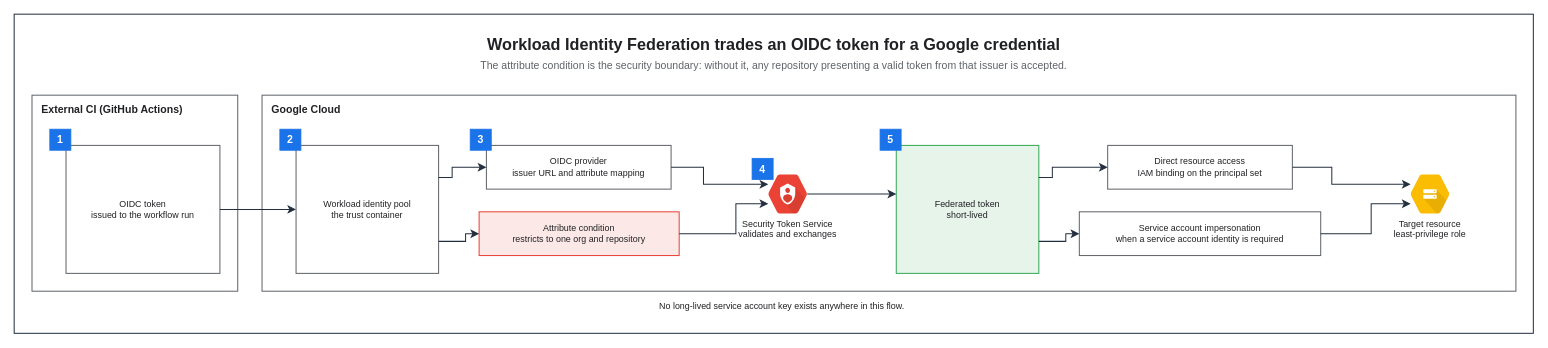
Earlier version of the draw.io diagram assets/img/gcp/gcp-wif-token-exchange-flow.drawio (KKamJi98/kkamji98.github.io). Source tidied: cells renumbered, new cells numbered last; positions are measured from the earlier drawing's top-left corner, leaving out a move shared by most shapes. Both pictures are drawn from the tidied source at 81%, with x=0, y=0 at pixel (14, 14).
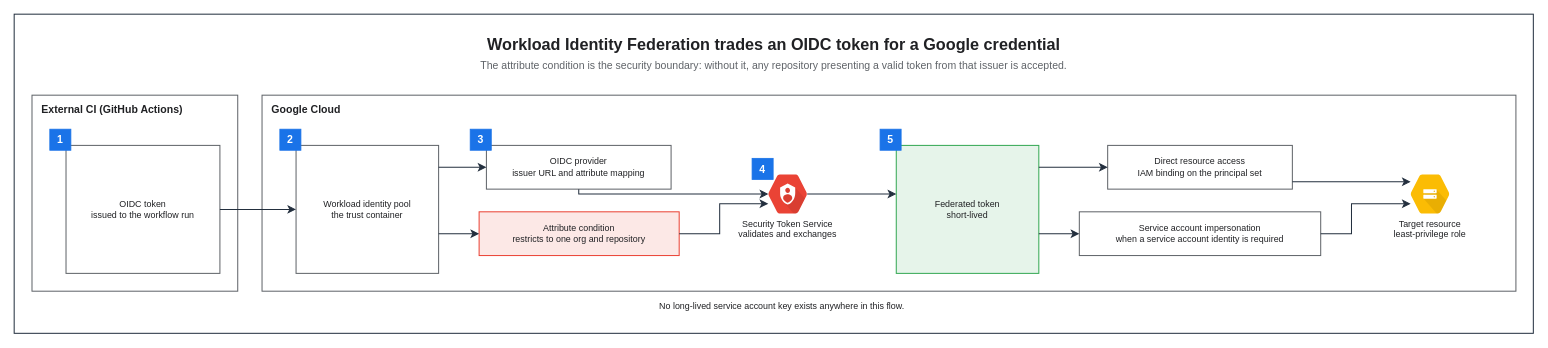
After the change.

Unchanged cells that the change refers to:
```xml
<mxCell id="8" value="Workload identity pool&#10;the trust container" style="rounded=0;whiteSpace=wrap;html=0;fillColor=#FFFFFF;strokeColor=#5F6368;fontColor=#202124;fontSize=11;fontStyle=0;align=center;verticalAlign=middle;spacingLeft=6;spacingRight=6;strokeWidth=1.25;" parent="1" vertex="1">
  <mxGeometry x="348" y="162" width="176" height="158" as="geometry" />
</mxCell>
<mxCell id="9" value="OIDC provider&#10;issuer URL and attribute mapping" style="rounded=0;whiteSpace=wrap;html=0;fillColor=#FFFFFF;strokeColor=#5F6368;fontColor=#202124;fontSize=11;fontStyle=0;align=center;verticalAlign=middle;spacingLeft=6;spacingRight=6;strokeWidth=1.25;" parent="1" vertex="1">
  <mxGeometry x="583" y="162" width="228" height="54" as="geometry" />
</mxCell>
<mxCell id="10" value="Attribute condition&#10;restricts to one org and repository" style="rounded=0;whiteSpace=wrap;html=0;fillColor=#FCE8E6;strokeColor=#EA4335;fontColor=#202124;fontSize=11;fontStyle=0;align=center;verticalAlign=middle;spacingLeft=6;spacingRight=6;strokeWidth=1.25;" parent="1" vertex="1">
  <mxGeometry x="574" y="244" width="247" height="54" as="geometry" />
</mxCell>
<mxCell id="11" value="Security Token Service&#10;validates and exchanges" style="sketch=0;outlineConnect=0;gradientColor=none;html=0;whiteSpace=nowrap;fontSize=11;fontStyle=0;fontColor=#202124;verticalLabelPosition=bottom;verticalAlign=top;align=center;labelBackgroundColor=none;fillColor=#EA4335;strokeColor=none;dashed=0;shape=mxgraph.gcp2.cloud_iam;" parent="1" vertex="1">
  <mxGeometry x="931" y="198" width="48" height="48" as="geometry" />
</mxCell>
<mxCell id="12" value="Federated token&#10;short-lived" style="rounded=0;whiteSpace=wrap;html=0;fillColor=#E6F4EA;strokeColor=#34A853;fontColor=#202124;fontSize=11;fontStyle=0;align=center;verticalAlign=middle;spacingLeft=6;spacingRight=6;strokeWidth=1.25;" parent="1" vertex="1">
  <mxGeometry x="1089" y="162" width="176" height="158" as="geometry" />
</mxCell>
<mxCell id="13" value="Direct resource access&#10;IAM binding on the principal set" style="rounded=0;whiteSpace=wrap;html=0;fillColor=#FFFFFF;strokeColor=#5F6368;fontColor=#202124;fontSize=11;fontStyle=0;align=center;verticalAlign=middle;spacingLeft=6;spacingRight=6;strokeWidth=1.25;" parent="1" vertex="1">
  <mxGeometry x="1350" y="162" width="228" height="54" as="geometry" />
</mxCell>
<mxCell id="14" value="Service account impersonation&#10;when a service account identity is required" style="rounded=0;whiteSpace=wrap;html=0;fillColor=#FFFFFF;strokeColor=#5F6368;fontColor=#202124;fontSize=11;fontStyle=0;align=center;verticalAlign=middle;spacingLeft=6;spacingRight=6;strokeWidth=1.25;" parent="1" vertex="1">
  <mxGeometry x="1315" y="244" width="298" height="54" as="geometry" />
</mxCell>
<mxCell id="15" value="Target resource&#10;least-privilege role" style="sketch=0;outlineConnect=0;gradientColor=none;html=0;whiteSpace=nowrap;fontSize=11;fontStyle=0;fontColor=#202124;verticalLabelPosition=bottom;verticalAlign=top;align=center;labelBackgroundColor=none;fillColor=#FBBC04;strokeColor=none;dashed=0;shape=mxgraph.gcp2.cloud_storage;" parent="1" vertex="1">
  <mxGeometry x="1724" y="198" width="48" height="48" as="geometry" />
</mxCell>
```

What changed in the source:
```diff
@@
-    <mxCell id="23" style="edgeStyle=orthogonalEdgeStyle;rounded=0;html=0;strokeColor=#232F3E;strokeWidth=1.25;endArrow=classic;endFill=1;endSize=7;fontSize=11;fontColor=#202124;labelBackgroundColor=none;jettySize=14;exitX=1;exitY=0.25;entryX=0;entryY=0.5;exitDx=0;exitDy=0;entryDx=0;entryDy=0;" parent="1" edge="1" source="8" target="9">
-      <mxGeometry relative="1" as="geometry">
-        <Array as="points">
-          <mxPoint x="540.7" y="201.5" />
-          <mxPoint x="540.7" y="189" />
-        </Array>
-      </mxGeometry>
+    <mxCell id="23" style="edgeStyle=orthogonalEdgeStyle;rounded=0;html=0;strokeColor=#232F3E;strokeWidth=1.25;endArrow=classic;endFill=1;endSize=7;fontSize=11;fontColor=#202124;labelBackgroundColor=none;jettySize=14;exitX=1;exitY=0.1709;entryX=0;entryY=0.5;exitDx=0;exitDy=0;entryDx=0;entryDy=0;" parent="1" edge="1" source="8" target="9">
+      <mxGeometry relative="1" as="geometry" />
     </mxCell>
-    <mxCell id="24" style="edgeStyle=orthogonalEdgeStyle;rounded=0;html=0;strokeColor=#232F3E;strokeWidth=1.25;endArrow=classic;endFill=1;endSize=7;fontSize=11;fontColor=#202124;labelBackgroundColor=none;jettySize=14;exitX=1;exitY=0.75;entryX=0;entryY=0.5;exitDx=0;exitDy=0;entryDx=0;entryDy=0;" parent="1" edge="1" source="8" target="10">
-      <mxGeometry relative="1" as="geometry">
-        <Array as="points">
-          <mxPoint x="557.3" y="280.5" />
-          <mxPoint x="557.3" y="271" />
-        </Array>
-      </mxGeometry>
+    <mxCell id="24" style="edgeStyle=orthogonalEdgeStyle;rounded=0;html=0;strokeColor=#232F3E;strokeWidth=1.25;endArrow=classic;endFill=1;endSize=7;fontSize=11;fontColor=#202124;labelBackgroundColor=none;jettySize=14;exitX=1;exitY=0.6899;entryX=0;entryY=0.5;exitDx=0;exitDy=0;entryDx=0;entryDy=0;" parent="1" edge="1" source="8" target="10">
+      <mxGeometry relative="1" as="geometry" />
     </mxCell>
-    <mxCell id="25" style="edgeStyle=orthogonalEdgeStyle;rounded=0;html=0;strokeColor=#232F3E;strokeWidth=1.25;endArrow=classic;endFill=1;endSize=7;fontSize=11;fontColor=#202124;labelBackgroundColor=none;jettySize=14;exitX=1;exitY=0.5;entryX=0;entryY=0.25;exitDx=0;exitDy=0;entryDx=0;entryDy=0;" parent="1" edge="1" source="9" target="11">
+    <mxCell id="25" style="edgeStyle=orthogonalEdgeStyle;rounded=0;html=0;strokeColor=#232F3E;strokeWidth=1.25;endArrow=classic;endFill=1;endSize=7;fontSize=11;fontColor=#202124;labelBackgroundColor=none;jettySize=14;exitX=0.5;exitY=1;entryX=0;entryY=0.5;exitDx=0;exitDy=0;entryDx=0;entryDy=0;" parent="1" edge="1" source="9" target="11">
       <mxGeometry relative="1" as="geometry">
         <Array as="points">
-          <mxPoint x="851" y="189" />
-          <mxPoint x="851" y="210" />
+          <mxPoint x="697" y="222" />
         </Array>
       </mxGeometry>
     </mxCell>
     <mxCell id="26" style="edgeStyle=orthogonalEdgeStyle;rounded=0;html=0;strokeColor=#232F3E;strokeWidth=1.25;endArrow=classic;endFill=1;endSize=7;fontSize=11;fontColor=#202124;labelBackgroundColor=none;jettySize=14;exitX=1;exitY=0.5;entryX=0;entryY=0.75;exitDx=0;exitDy=0;entryDx=0;entryDy=0;" parent="1" edge="1" source="10" target="11">
       <mxGeometry relative="1" as="geometry">
         <Array as="points">
-          <mxPoint x="891" y="271" />
-          <mxPoint x="891" y="234" />
+          <mxPoint x="871" y="271" />
+          <mxPoint x="871" y="234" />
         </Array>
       </mxGeometry>
     </mxCell>
@@
-    <mxCell id="28" style="edgeStyle=orthogonalEdgeStyle;rounded=0;html=0;strokeColor=#232F3E;strokeWidth=1.25;endArrow=classic;endFill=1;endSize=7;fontSize=11;fontColor=#202124;labelBackgroundColor=none;jettySize=14;exitX=1;exitY=0.25;entryX=0;entryY=0.5;exitDx=0;exitDy=0;entryDx=0;entryDy=0;" parent="1" edge="1" source="12" target="13">
-      <mxGeometry relative="1" as="geometry">
-        <Array as="points">
-          <mxPoint x="1281.7" y="201.5" />
-          <mxPoint x="1281.7" y="189" />
-        </Array>
-      </mxGeometry>
+    <mxCell id="28" style="edgeStyle=orthogonalEdgeStyle;rounded=0;html=0;strokeColor=#232F3E;strokeWidth=1.25;endArrow=classic;endFill=1;endSize=7;fontSize=11;fontColor=#202124;labelBackgroundColor=none;jettySize=14;exitX=1;exitY=0.1709;entryX=0;entryY=0.5;exitDx=0;exitDy=0;entryDx=0;entryDy=0;" parent="1" edge="1" source="12" target="13">
+      <mxGeometry relative="1" as="geometry" />
     </mxCell>
-    <mxCell id="29" style="edgeStyle=orthogonalEdgeStyle;rounded=0;html=0;strokeColor=#232F3E;strokeWidth=1.25;endArrow=classic;endFill=1;endSize=7;fontSize=11;fontColor=#202124;labelBackgroundColor=none;jettySize=14;exitX=1;exitY=0.75;entryX=0;entryY=0.5;exitDx=0;exitDy=0;entryDx=0;entryDy=0;" parent="1" edge="1" source="12" target="14">
-      <mxGeometry relative="1" as="geometry">
-        <Array as="points">
-          <mxPoint x="1298.3" y="280.5" />
-          <mxPoint x="1298.3" y="271" />
-        </Array>
-      </mxGeometry>
+    <mxCell id="29" style="edgeStyle=orthogonalEdgeStyle;rounded=0;html=0;strokeColor=#232F3E;strokeWidth=1.25;endArrow=classic;endFill=1;endSize=7;fontSize=11;fontColor=#202124;labelBackgroundColor=none;jettySize=14;exitX=1;exitY=0.6899;entryX=0;entryY=0.5;exitDx=0;exitDy=0;entryDx=0;entryDy=0;" parent="1" edge="1" source="12" target="14">
+      <mxGeometry relative="1" as="geometry" />
     </mxCell>
-    <mxCell id="30" style="edgeStyle=orthogonalEdgeStyle;rounded=0;html=0;strokeColor=#232F3E;strokeWidth=1.25;endArrow=classic;endFill=1;endSize=7;fontSize=11;fontColor=#202124;labelBackgroundColor=none;jettySize=14;exitX=1;exitY=0.5;entryX=0;entryY=0.25;exitDx=0;exitDy=0;entryDx=0;entryDy=0;" parent="1" edge="1" source="13" target="15">
-      <mxGeometry relative="1" as="geometry">
-        <Array as="points">
-          <mxPoint x="1626.7" y="189" />
-          <mxPoint x="1626.7" y="210" />
-        </Array>
-      </mxGeometry>
+    <mxCell id="30" style="edgeStyle=orthogonalEdgeStyle;rounded=0;html=0;strokeColor=#232F3E;strokeWidth=1.25;endArrow=classic;endFill=1;endSize=7;fontSize=11;fontColor=#202124;labelBackgroundColor=none;jettySize=14;exitX=1;exitY=0.8333;entryX=0;entryY=0.1875;exitDx=0;exitDy=0;entryDx=0;entryDy=0;" parent="1" edge="1" source="13" target="15">
+      <mxGeometry relative="1" as="geometry" />
     </mxCell>
     <mxCell id="31" style="edgeStyle=orthogonalEdgeStyle;rounded=0;html=0;strokeColor=#232F3E;strokeWidth=1.25;endArrow=classic;endFill=1;endSize=7;fontSize=11;fontColor=#202124;labelBackgroundColor=none;jettySize=14;exitX=1;exitY=0.5;entryX=0;entryY=0.75;exitDx=0;exitDy=0;entryDx=0;entryDy=0;" parent="1" edge="1" source="14" target="15">
       <mxGeometry relative="1" as="geometry">
         <Array as="points">
-          <mxPoint x="1675.3" y="271" />
-          <mxPoint x="1675.3" y="234" />
+          <mxPoint x="1651" y="271" />
+          <mxPoint x="1651" y="234" />
         </Array>
       </mxGeometry>
     </mxCell>
```
